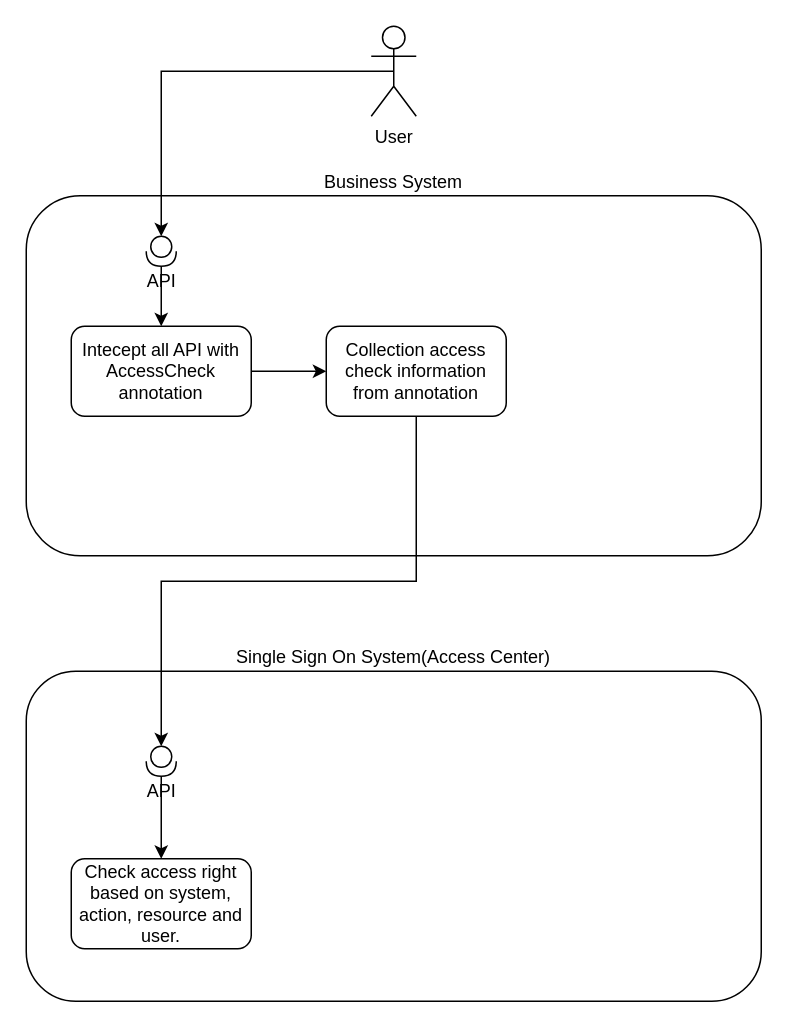
Above: AOP interceptor.drawio in dosjia/chart (draw.io), before the change. Source tidied: cells renumbered, new cells numbered last; positions are measured from the earlier drawing's top-left corner, leaving out a move shared by most shapes. Both pictures are drawn from the tidied source at 150%, with x=0, y=0 at pixel (26, 26).
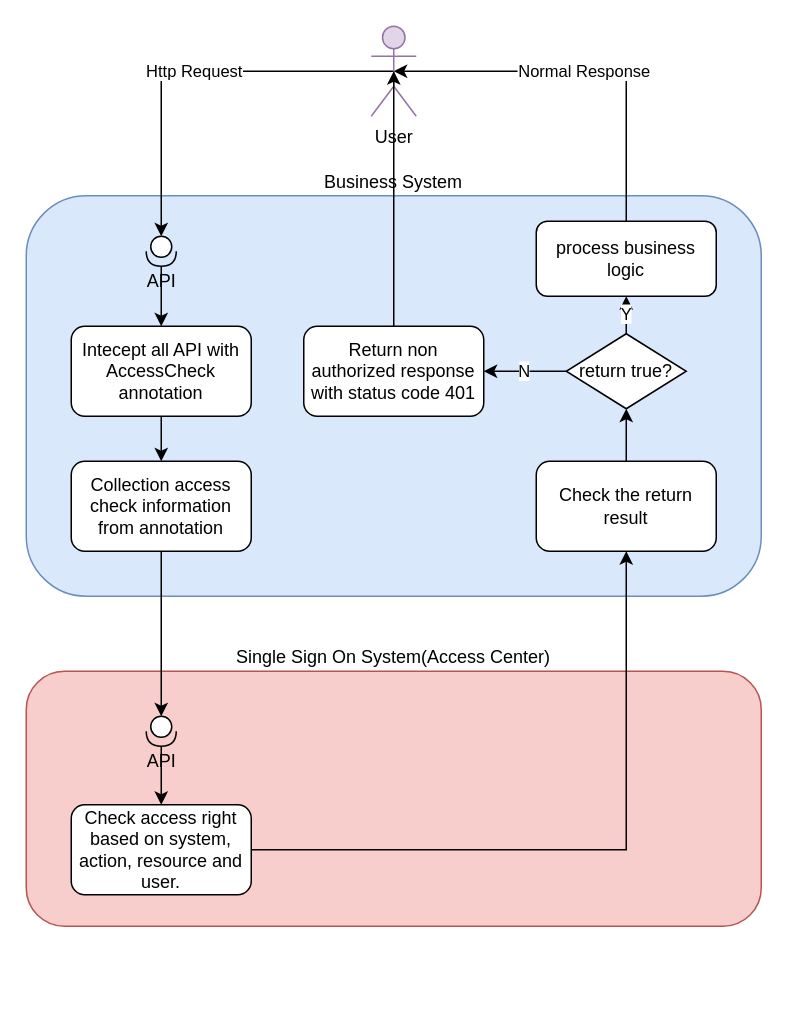
Above is the later version.

The change refers to these unchanged cells:
```xml
<mxCell id="6" value="API" style="shape=providedRequiredInterface;html=1;verticalLabelPosition=bottom;sketch=0;direction=south;" parent="1" vertex="1">
  <mxGeometry x="80" y="140" width="20" height="20" as="geometry" />
</mxCell>
<mxCell id="8" value="Intecept all API with AccessCheck annotation" style="rounded=1;whiteSpace=wrap;html=1;" parent="1" vertex="1">
  <mxGeometry x="30" y="200" width="120" height="60" as="geometry" />
</mxCell>
```

Diff of the diagram source:
```diff
@@
-    <mxCell id="2" value="Business System" style="rounded=1;whiteSpace=wrap;html=1;labelPosition=center;verticalLabelPosition=top;align=center;verticalAlign=bottom;" parent="1" vertex="1">
-      <mxGeometry y="113" width="490" height="240" as="geometry" />
+    <mxCell id="2" value="Business System" style="rounded=1;whiteSpace=wrap;html=1;labelPosition=center;verticalLabelPosition=top;align=center;verticalAlign=bottom;fillColor=#dae8fc;strokeColor=#6c8ebf;" parent="1" vertex="1">
+      <mxGeometry y="113" width="490" height="267" as="geometry" />
     </mxCell>
-    <mxCell id="3" style="edgeStyle=orthogonalEdgeStyle;rounded=0;jettySize=auto;html=1;exitX=0.5;exitY=0.5;exitDx=0;exitDy=0;exitPerimeter=0;entryX=0;entryY=0.5;entryDx=0;entryDy=0;entryPerimeter=0;" parent="1" edge="1" source="4" target="6">
+    <mxCell id="3" value="Http Request" style="edgeStyle=orthogonalEdgeStyle;rounded=0;jettySize=auto;html=1;exitX=0.5;exitY=0.5;exitDx=0;exitDy=0;exitPerimeter=0;entryX=0;entryY=0.5;entryDx=0;entryDy=0;entryPerimeter=0;" parent="1" edge="1" source="4" target="6">
       <mxGeometry relative="1" as="geometry" />
     </mxCell>
-    <mxCell id="4" value="User" style="shape=umlActor;verticalLabelPosition=bottom;verticalAlign=top;html=1;outlineConnect=0;" parent="1" vertex="1">
+    <mxCell id="4" value="User" style="shape=umlActor;verticalLabelPosition=bottom;verticalAlign=top;html=1;outlineConnect=0;fillColor=#e1d5e7;strokeColor=#9673a6;" parent="1" vertex="1">
       <mxGeometry x="230" width="30" height="60" as="geometry" />
     </mxCell>
@@
-    <mxCell id="7" style="edgeStyle=orthogonalEdgeStyle;rounded=0;jettySize=auto;html=1;exitX=1;exitY=0.5;exitDx=0;exitDy=0;entryX=0;entryY=0.5;entryDx=0;entryDy=0;" parent="1" edge="1" source="8" target="9">
+    <mxCell id="7" style="edgeStyle=orthogonalEdgeStyle;rounded=0;jettySize=auto;html=1;exitX=0.5;exitY=1;exitDx=0;exitDy=0;entryX=0.5;entryY=0;entryDx=0;entryDy=0;" parent="1" edge="1" source="8" target="9">
       <mxGeometry relative="1" as="geometry" />
     </mxCell>
@@
     <mxCell id="9" value="Collection access check information from annotation" style="rounded=1;whiteSpace=wrap;html=1;" parent="1" vertex="1">
-      <mxGeometry x="200" y="200" width="120" height="60" as="geometry" />
+      <mxGeometry x="30" y="290" width="120" height="60" as="geometry" />
     </mxCell>
-    <mxCell id="10" value="Single Sign On System(Access Center)" style="rounded=1;whiteSpace=wrap;html=1;labelPosition=center;verticalLabelPosition=top;align=center;verticalAlign=bottom;" parent="1" vertex="1">
-      <mxGeometry y="430" width="490" height="220" as="geometry" />
+    <mxCell id="10" value="Single Sign On System(Access Center)" style="rounded=1;whiteSpace=wrap;html=1;labelPosition=center;verticalLabelPosition=top;align=center;verticalAlign=bottom;fillColor=#f8cecc;strokeColor=#b85450;" parent="1" vertex="1">
+      <mxGeometry y="430" width="490" height="170" as="geometry" />
     </mxCell>
@@
     <mxCell id="12" value="API" style="shape=providedRequiredInterface;html=1;verticalLabelPosition=bottom;sketch=0;direction=south;" parent="1" vertex="1">
-      <mxGeometry x="80" y="480" width="20" height="20" as="geometry" />
+      <mxGeometry x="80" y="460" width="20" height="20" as="geometry" />
     </mxCell>
@@
+    <mxCell id="15" style="edgeStyle=orthogonalEdgeStyle;rounded=0;jettySize=auto;html=1;exitX=1;exitY=0.5;exitDx=0;exitDy=0;" parent="1" edge="1" source="14" target="17">
+      <mxGeometry relative="1" as="geometry" />
+    </mxCell>
     <mxCell id="14" value="Check access right based on system, action, resource and user." style="rounded=1;whiteSpace=wrap;html=1;" parent="1" vertex="1">
-      <mxGeometry x="30" y="555" width="120" height="60" as="geometry" />
+      <mxGeometry x="30" y="519" width="120" height="60" as="geometry" />
     </mxCell>
+    <mxCell id="16" style="edgeStyle=orthogonalEdgeStyle;rounded=0;jettySize=auto;html=1;exitX=0.5;exitY=0;exitDx=0;exitDy=0;entryX=0.5;entryY=1;entryDx=0;entryDy=0;" parent="1" edge="1" source="17" target="20">
+      <mxGeometry relative="1" as="geometry" />
+    </mxCell>
+    <mxCell id="17" value="Check the return result" style="rounded=1;whiteSpace=wrap;html=1;" parent="1" vertex="1">
+      <mxGeometry x="340" y="290" width="120" height="60" as="geometry" />
+    </mxCell>
+    <mxCell id="18" value="Y" style="edgeStyle=orthogonalEdgeStyle;rounded=0;jettySize=auto;html=1;exitX=0.5;exitY=0;exitDx=0;exitDy=0;entryX=0.5;entryY=1;entryDx=0;entryDy=0;" parent="1" edge="1" source="20" target="22">
+      <mxGeometry relative="1" as="geometry" />
+    </mxCell>
+    <mxCell id="19" value="N" style="edgeStyle=orthogonalEdgeStyle;rounded=0;jettySize=auto;html=1;exitX=0;exitY=0.5;exitDx=0;exitDy=0;entryX=1;entryY=0.5;entryDx=0;entryDy=0;" parent="1" edge="1" source="20" target="24">
+      <mxGeometry relative="1" as="geometry" />
+    </mxCell>
+    <mxCell id="20" value="return true?" style="rhombus;whiteSpace=wrap;html=1;" parent="1" vertex="1">
+      <mxGeometry x="360" y="205" width="80" height="50" as="geometry" />
+    </mxCell>
+    <mxCell id="21" value="Normal Response" style="edgeStyle=orthogonalEdgeStyle;rounded=0;jettySize=auto;html=1;exitX=0.5;exitY=0;exitDx=0;exitDy=0;entryX=0.5;entryY=0.5;entryDx=0;entryDy=0;entryPerimeter=0;" parent="1" edge="1" source="22" target="4">
+      <mxGeometry relative="1" as="geometry">
+        <Array as="points">
+          <mxPoint x="400" y="30" />
+        </Array>
+      </mxGeometry>
+    </mxCell>
+    <mxCell id="22" value="process business logic" style="rounded=1;whiteSpace=wrap;html=1;" parent="1" vertex="1">
+      <mxGeometry x="340" y="130" width="120" height="50" as="geometry" />
+    </mxCell>
+    <mxCell id="23" style="edgeStyle=orthogonalEdgeStyle;rounded=0;jettySize=auto;html=1;exitX=0.5;exitY=0;exitDx=0;exitDy=0;entryX=0.5;entryY=0.5;entryDx=0;entryDy=0;entryPerimeter=0;" parent="1" edge="1" source="24" target="4">
+      <mxGeometry relative="1" as="geometry" />
+    </mxCell>
+    <mxCell id="24" value="Return non authorized response with status code 401" style="rounded=1;whiteSpace=wrap;html=1;" parent="1" vertex="1">
+      <mxGeometry x="185" y="200" width="120" height="60" as="geometry" />
+    </mxCell>
```
